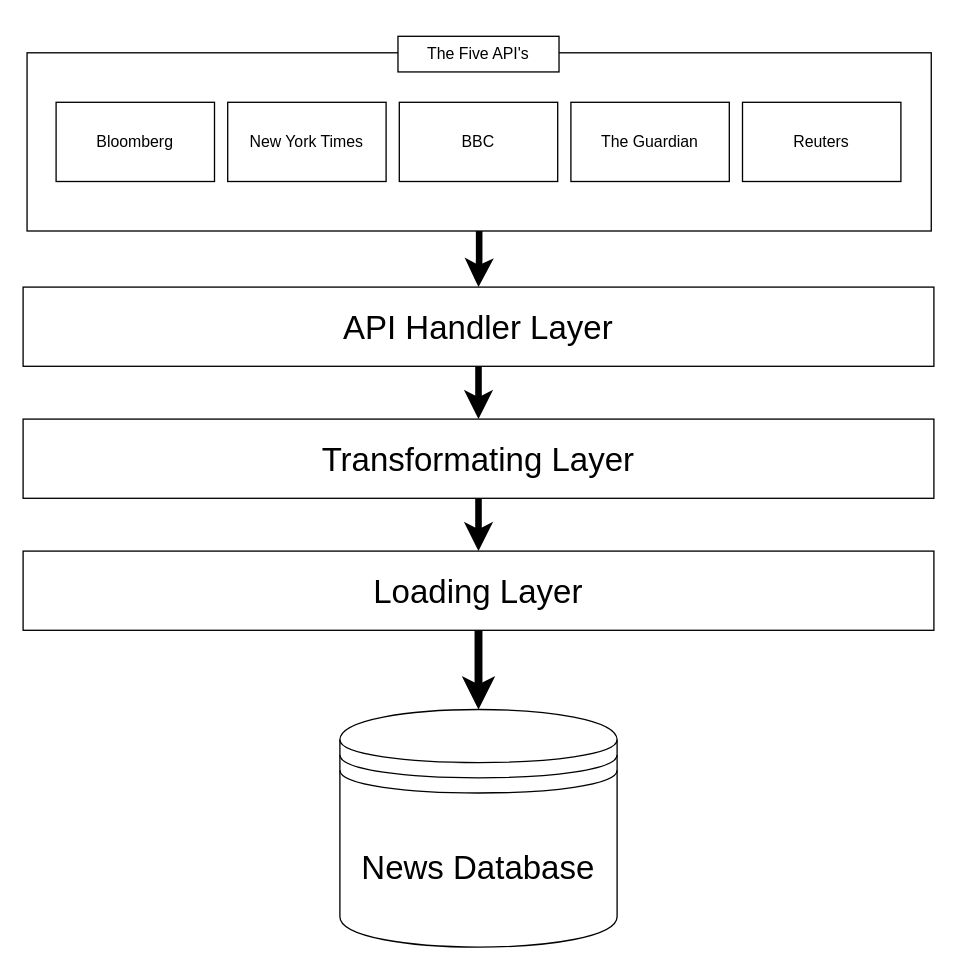
This is ETL_highlevel.drawio from JakubK2004/JakubK2004, a draw.io file, before an edit. Source tidied: cells renumbered, new cells numbered last; positions are measured from the earlier drawing's top-left corner, leaving out a move shared by most shapes. Both pictures are drawn from the tidied source at 132%, with x=0, y=0 at pixel (22, 36).
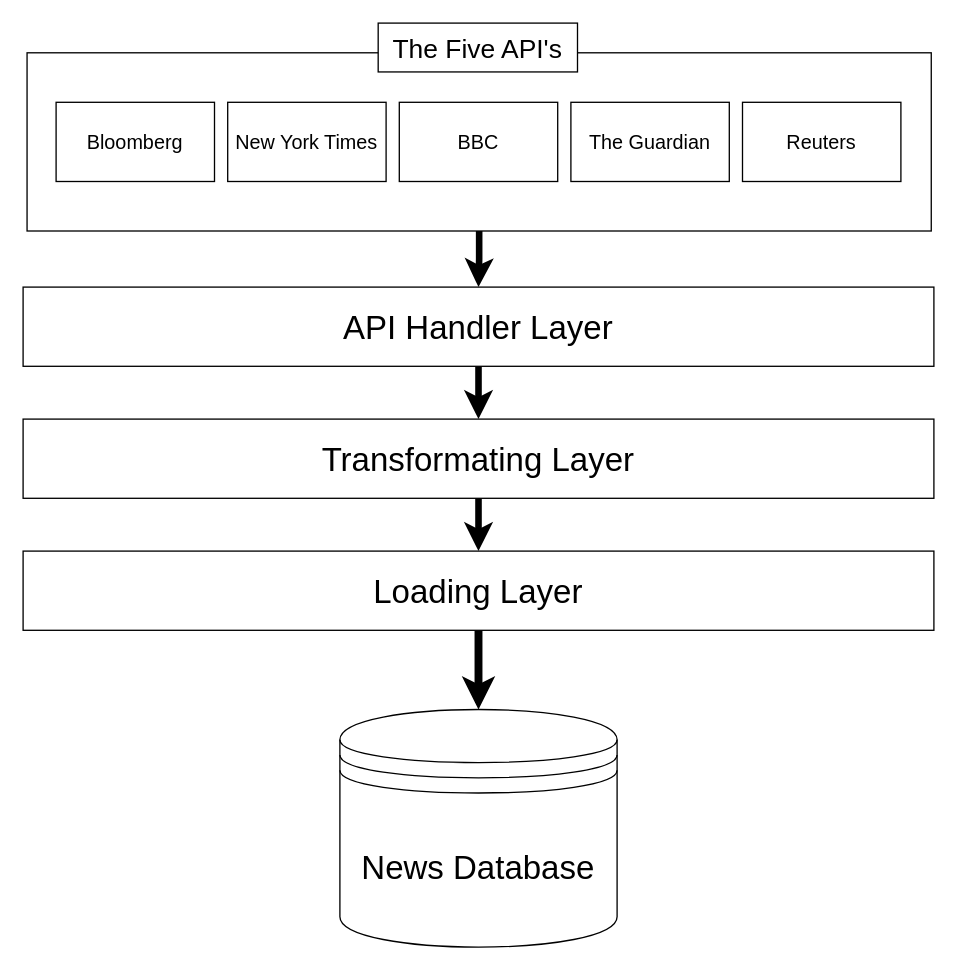
Above is the later version.

Change to the diagram source:
```diff
@@
 <mxGraphModel>
   <root>
     <mxCell id="0" />
     <mxCell id="1" parent="0" />
     <mxCell id="2" value="&lt;font style=&quot;font-size: 25px;&quot;&gt;News Database&lt;/font&gt;" style="shape=datastore;whiteSpace=wrap;html=1;" parent="1" vertex="1">
       <mxGeometry x="240" y="510" width="210" height="180" as="geometry" />
     </mxCell>
     <mxCell id="3" style="edgeStyle=orthogonalEdgeStyle;rounded=0;jettySize=auto;html=1;exitX=0.5;exitY=1;exitDx=0;exitDy=0;strokeWidth=6;" parent="1" edge="1" source="4" target="2">
       <mxGeometry relative="1" as="geometry" />
     </mxCell>
     <mxCell id="4" value="&lt;font style=&quot;font-size: 25px;&quot;&gt;Loading Layer&lt;/font&gt;" style="rounded=0;whiteSpace=wrap;html=1;" parent="1" vertex="1">
       <mxGeometry y="390" width="690" height="60" as="geometry" />
     </mxCell>
     <mxCell id="5" style="edgeStyle=orthogonalEdgeStyle;rounded=0;jettySize=auto;html=1;exitX=0.5;exitY=1;exitDx=0;exitDy=0;entryX=0.5;entryY=0;entryDx=0;entryDy=0;strokeWidth=5;" parent="1" edge="1" source="6" target="4">
       <mxGeometry relative="1" as="geometry" />
     </mxCell>
     <mxCell id="6" value="&lt;font style=&quot;font-size: 25px;&quot;&gt;Transformating Layer&lt;/font&gt;" style="rounded=0;whiteSpace=wrap;html=1;" parent="1" vertex="1">
       <mxGeometry y="290" width="690" height="60" as="geometry" />
     </mxCell>
     <mxCell id="7" style="edgeStyle=orthogonalEdgeStyle;rounded=0;jettySize=auto;html=1;exitX=0.5;exitY=1;exitDx=0;exitDy=0;entryX=0.5;entryY=0;entryDx=0;entryDy=0;strokeWidth=5;" parent="1" edge="1" source="8" target="6">
       <mxGeometry relative="1" as="geometry" />
     </mxCell>
     <mxCell id="8" value="&lt;font style=&quot;font-size: 25px;&quot;&gt;API Handler Layer&lt;/font&gt;" style="rounded=0;whiteSpace=wrap;html=1;" parent="1" vertex="1">
       <mxGeometry y="190" width="690" height="60" as="geometry" />
     </mxCell>
     <mxCell id="9" style="group;" parent="1" vertex="1">
       <mxGeometry x="25" y="50" width="670" height="97.5" as="geometry" />
     </mxCell>
     <mxCell id="10" style="rounded=0;whiteSpace=wrap;html=1;" parent="9" vertex="1">
       <mxGeometry x="-22" y="-37.5" width="685" height="135" as="geometry" />
     </mxCell>
-    <mxCell id="11" value="New York Times" style="rounded=0;whiteSpace=wrap;html=1;" parent="9" vertex="1">
+    <mxCell id="11" value="&lt;font style=&quot;font-size: 15px;&quot;&gt;New York Times&lt;/font&gt;" style="rounded=0;whiteSpace=wrap;html=1;" parent="9" vertex="1">
       <mxGeometry x="130" width="120" height="60" as="geometry" />
     </mxCell>
-    <mxCell id="12" value="BBC" style="rounded=0;whiteSpace=wrap;html=1;" parent="9" vertex="1">
+    <mxCell id="12" value="&lt;font style=&quot;font-size: 15px;&quot;&gt;BBC&lt;/font&gt;" style="rounded=0;whiteSpace=wrap;html=1;" parent="9" vertex="1">
       <mxGeometry x="260" width="120" height="60" as="geometry" />
     </mxCell>
-    <mxCell id="13" value="The Guardian" style="rounded=0;whiteSpace=wrap;html=1;" parent="9" vertex="1">
+    <mxCell id="13" value="&lt;font style=&quot;font-size: 15px;&quot;&gt;The Guardian&lt;/font&gt;" style="rounded=0;whiteSpace=wrap;html=1;" parent="9" vertex="1">
       <mxGeometry x="390" width="120" height="60" as="geometry" />
     </mxCell>
-    <mxCell id="14" value="Reuters" style="rounded=0;whiteSpace=wrap;html=1;" parent="9" vertex="1">
+    <mxCell id="14" value="&lt;font style=&quot;font-size: 15px;&quot;&gt;Reuters&lt;/font&gt;" style="rounded=0;whiteSpace=wrap;html=1;" parent="9" vertex="1">
       <mxGeometry x="520" width="120" height="60" as="geometry" />
     </mxCell>
-    <mxCell id="15" value="Bloomberg" style="rounded=0;whiteSpace=wrap;html=1;" parent="9" vertex="1">
+    <mxCell id="15" value="&lt;font style=&quot;font-size: 15px;&quot;&gt;Bloomberg&lt;/font&gt;" style="rounded=0;whiteSpace=wrap;html=1;" parent="9" vertex="1">
       <mxGeometry width="120" height="60" as="geometry" />
     </mxCell>
+    <mxCell id="17" style="edgeStyle=orthogonalEdgeStyle;rounded=0;jettySize=auto;html=1;exitX=0.5;exitY=1;exitDx=0;exitDy=0;entryX=0.5;entryY=0;entryDx=0;entryDy=0;strokeWidth=5;" parent="1" edge="1" source="10" target="8">
+      <mxGeometry relative="1" as="geometry" />
+    </mxCell>
-    <mxCell id="16" value="The Five API's" style="rounded=0;whiteSpace=wrap;html=1;fillColor=default;" parent="9" vertex="1">
-      <mxGeometry x="259" y="-50" width="122" height="27" as="geometry" />
+    <mxCell id="16" value="&lt;font style=&quot;font-size: 20px;&quot;&gt;The Five API's&lt;/font&gt;" style="rounded=0;whiteSpace=wrap;html=1;fillColor=default;" parent="1" vertex="1">
+      <mxGeometry x="269" y="-10" width="151" height="37" as="geometry" />
     </mxCell>
-    <mxCell id="17" style="edgeStyle=orthogonalEdgeStyle;rounded=0;jettySize=auto;html=1;exitX=0.5;exitY=1;exitDx=0;exitDy=0;entryX=0.5;entryY=0;entryDx=0;entryDy=0;strokeWidth=5;" parent="1" edge="1" source="10" target="8">
-      <mxGeometry relative="1" as="geometry" />
-    </mxCell>
   </root>
 </mxGraphModel>
```
